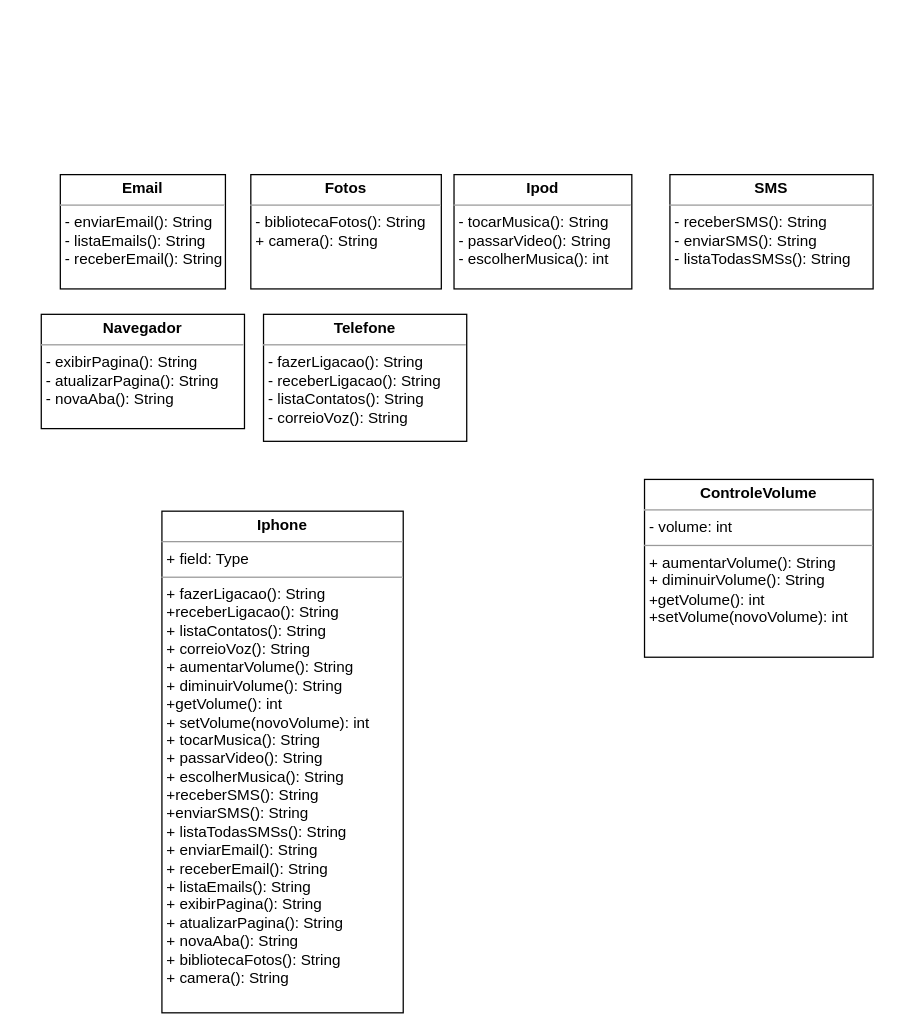
This is Iphone.drawio from WalterRodrigues2k23/DIO-trilha-java-basico, a draw.io file, before an edit. Source tidied: cells renumbered, new cells numbered last; positions are measured from the earlier drawing's top-left corner, leaving out a move shared by most shapes. Both pictures are drawn from the tidied source at 127%, with x=0, y=0 at pixel (41, 174).
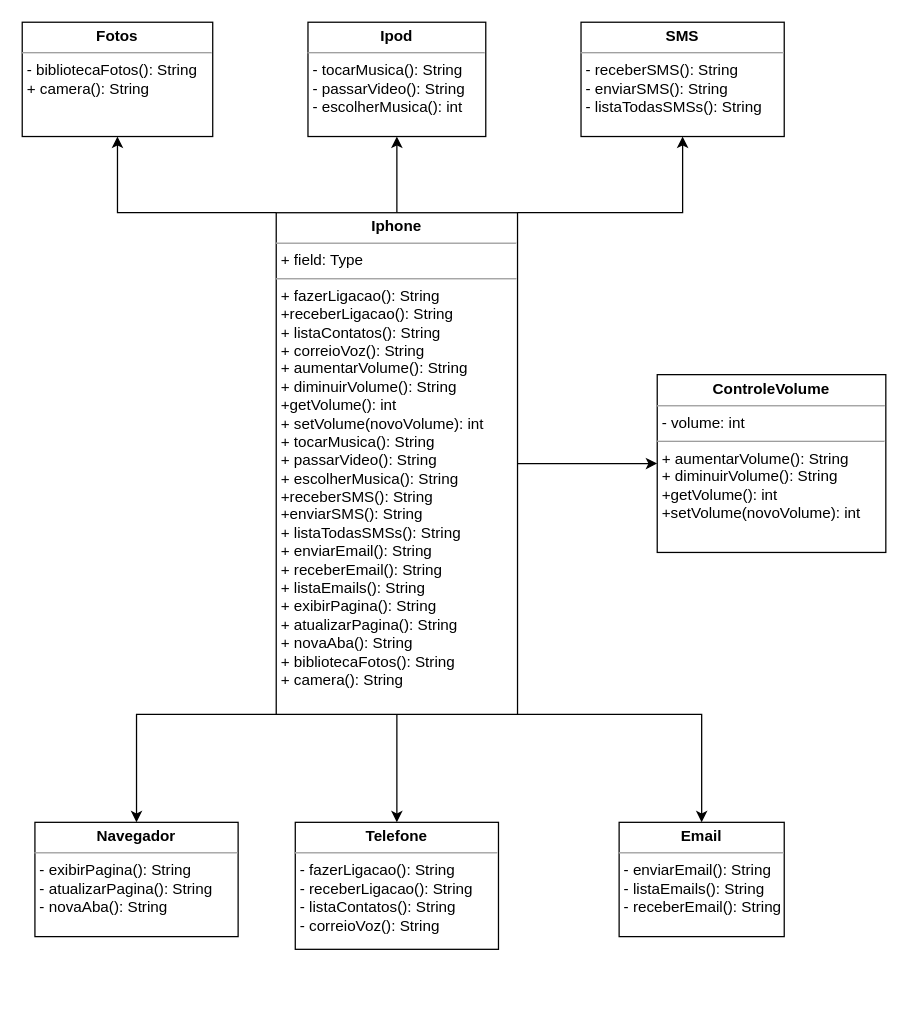
Above is the later version.

What changed in the source:
```diff
@@
     <mxCell id="2" value="&lt;p style=&quot;margin:0px;margin-top:4px;text-align:center;&quot;&gt;&lt;b&gt;Ipod&lt;/b&gt;&lt;/p&gt;&lt;hr size=&quot;1&quot;&gt;&lt;p style=&quot;margin:0px;margin-left:4px;&quot;&gt;&lt;/p&gt;&lt;p style=&quot;margin:0px;margin-left:4px;&quot;&gt;- tocarMusica(): String&lt;/p&gt;&lt;p style=&quot;margin:0px;margin-left:4px;&quot;&gt;- passarVideo(): String&lt;/p&gt;&lt;p style=&quot;margin:0px;margin-left:4px;&quot;&gt;- escolherMusica(): int&lt;/p&gt;" style="verticalAlign=top;align=left;overflow=fill;fontSize=12;fontFamily=Helvetica;html=1;whiteSpace=wrap;" parent="1" vertex="1">
-      <mxGeometry x="325" width="140" height="90" as="geometry" />
+      <mxGeometry x="210" y="-120" width="140" height="90" as="geometry" />
     </mxCell>
     <mxCell id="3" value="&lt;p style=&quot;margin:0px;margin-top:4px;text-align:center;&quot;&gt;&lt;b&gt;ControleVolume&lt;/b&gt;&lt;/p&gt;&lt;hr size=&quot;1&quot;&gt;&lt;p style=&quot;margin:0px;margin-left:4px;&quot;&gt;- volume: int&lt;/p&gt;&lt;hr size=&quot;1&quot;&gt;&lt;p style=&quot;margin:0px;margin-left:4px;&quot;&gt;+ aumentarVolume(): String&lt;/p&gt;&lt;p style=&quot;margin:0px;margin-left:4px;&quot;&gt;+ diminuirVolume(): String&lt;/p&gt;&lt;p style=&quot;margin:0px;margin-left:4px;&quot;&gt;+getVolume(): int&lt;/p&gt;&lt;p style=&quot;margin:0px;margin-left:4px;&quot;&gt;+setVolume(novoVolume): int&lt;/p&gt;" style="verticalAlign=top;align=left;overflow=fill;fontSize=12;fontFamily=Helvetica;html=1;whiteSpace=wrap;" parent="1" vertex="1">
-      <mxGeometry x="475" y="240" width="180" height="140" as="geometry" />
+      <mxGeometry x="485" y="157.5" width="180" height="140" as="geometry" />
     </mxCell>
     <mxCell id="4" value="&lt;p style=&quot;margin:0px;margin-top:4px;text-align:center;&quot;&gt;&lt;b&gt;SMS&lt;/b&gt;&lt;/p&gt;&lt;hr size=&quot;1&quot;&gt;&lt;p style=&quot;margin:0px;margin-left:4px;&quot;&gt;&lt;/p&gt;&lt;p style=&quot;margin:0px;margin-left:4px;&quot;&gt;- receberSMS(): String&lt;/p&gt;&lt;p style=&quot;margin:0px;margin-left:4px;&quot;&gt;- enviarSMS(): String&lt;/p&gt;&lt;p style=&quot;margin:0px;margin-left:4px;&quot;&gt;- listaTodasSMSs(): String&lt;/p&gt;" style="verticalAlign=top;align=left;overflow=fill;fontSize=12;fontFamily=Helvetica;html=1;whiteSpace=wrap;" parent="1" vertex="1">
-      <mxGeometry x="495" width="160" height="90" as="geometry" />
+      <mxGeometry x="425" y="-120" width="160" height="90" as="geometry" />
     </mxCell>
     <mxCell id="5" value="&lt;p style=&quot;margin:0px;margin-top:4px;text-align:center;&quot;&gt;&lt;b&gt;Fotos&lt;/b&gt;&lt;/p&gt;&lt;hr size=&quot;1&quot;&gt;&lt;p style=&quot;margin:0px;margin-left:4px;&quot;&gt;&lt;/p&gt;&lt;p style=&quot;margin:0px;margin-left:4px;&quot;&gt;- bibliotecaFotos(): String&lt;/p&gt;&lt;p style=&quot;margin:0px;margin-left:4px;&quot;&gt;+ camera(): String&lt;/p&gt;" style="verticalAlign=top;align=left;overflow=fill;fontSize=12;fontFamily=Helvetica;html=1;whiteSpace=wrap;" parent="1" vertex="1">
-      <mxGeometry x="165" width="150" height="90" as="geometry" />
+      <mxGeometry x="-15" y="-120" width="150" height="90" as="geometry" />
     </mxCell>
     <mxCell id="6" value="&lt;p style=&quot;margin:0px;margin-top:4px;text-align:center;&quot;&gt;&lt;b&gt;Email&lt;/b&gt;&lt;/p&gt;&lt;hr size=&quot;1&quot;&gt;&lt;p style=&quot;margin:0px;margin-left:4px;&quot;&gt;- enviarEmail(): String&lt;/p&gt;&lt;p style=&quot;margin:0px;margin-left:4px;&quot;&gt;- listaEmails(): String&lt;/p&gt;&lt;p style=&quot;margin:0px;margin-left:4px;&quot;&gt;- receberEmail(): String&lt;/p&gt;" style="verticalAlign=top;align=left;overflow=fill;fontSize=12;fontFamily=Helvetica;html=1;whiteSpace=wrap;" parent="1" vertex="1">
-      <mxGeometry x="15" width="130" height="90" as="geometry" />
+      <mxGeometry x="455" y="510" width="130" height="90" as="geometry" />
     </mxCell>
     <mxCell id="7" value="&lt;p style=&quot;margin:0px;margin-top:4px;text-align:center;&quot;&gt;&lt;b&gt;Navegador&lt;/b&gt;&lt;/p&gt;&lt;hr size=&quot;1&quot;&gt;&lt;p style=&quot;margin:0px;margin-left:4px;&quot;&gt;&lt;/p&gt;&lt;p style=&quot;margin:0px;margin-left:4px;&quot;&gt;- exibirPagina(): String&lt;/p&gt;&lt;p style=&quot;margin:0px;margin-left:4px;&quot;&gt;- atualizarPagina(): String&lt;/p&gt;&lt;p style=&quot;margin:0px;margin-left:4px;&quot;&gt;- novaAba(): String&lt;/p&gt;" style="verticalAlign=top;align=left;overflow=fill;fontSize=12;fontFamily=Helvetica;html=1;whiteSpace=wrap;" parent="1" vertex="1">
-      <mxGeometry y="110" width="160" height="90" as="geometry" />
+      <mxGeometry x="-5" y="510" width="160" height="90" as="geometry" />
     </mxCell>
     <mxCell id="8" value="&lt;p style=&quot;margin:0px;margin-top:4px;text-align:center;&quot;&gt;&lt;b&gt;Telefone&lt;/b&gt;&lt;/p&gt;&lt;hr size=&quot;1&quot;&gt;&lt;p style=&quot;margin:0px;margin-left:4px;&quot;&gt;&lt;/p&gt;&lt;p style=&quot;margin:0px;margin-left:4px;&quot;&gt;- fazerLigacao(): String&lt;/p&gt;&lt;p style=&quot;margin:0px;margin-left:4px;&quot;&gt;- receberLigacao(): String&lt;/p&gt;&lt;p style=&quot;margin:0px;margin-left:4px;&quot;&gt;- listaContatos(): String&lt;/p&gt;&lt;p style=&quot;margin:0px;margin-left:4px;&quot;&gt;- correioVoz(): String&lt;/p&gt;" style="verticalAlign=top;align=left;overflow=fill;fontSize=12;fontFamily=Helvetica;html=1;whiteSpace=wrap;" parent="1" vertex="1">
-      <mxGeometry x="175" y="110" width="160" height="100" as="geometry" />
+      <mxGeometry x="200" y="510" width="160" height="100" as="geometry" />
     </mxCell>
+    <mxCell id="10" style="edgeStyle=orthogonalEdgeStyle;rounded=0;jettySize=auto;html=1;exitX=0.5;exitY=1;exitDx=0;exitDy=0;" parent="1" edge="1" source="9" target="8">
+      <mxGeometry relative="1" as="geometry" />
+    </mxCell>
+    <mxCell id="11" style="edgeStyle=orthogonalEdgeStyle;rounded=0;jettySize=auto;html=1;exitX=0;exitY=1;exitDx=0;exitDy=0;" parent="1" edge="1" source="9" target="7">
+      <mxGeometry relative="1" as="geometry">
+        <Array as="points">
+          <mxPoint x="75" y="425" />
+        </Array>
+      </mxGeometry>
+    </mxCell>
+    <mxCell id="12" style="edgeStyle=orthogonalEdgeStyle;rounded=0;jettySize=auto;html=1;exitX=1;exitY=1;exitDx=0;exitDy=0;entryX=0.5;entryY=0;entryDx=0;entryDy=0;" parent="1" edge="1" source="9" target="6">
+      <mxGeometry relative="1" as="geometry">
+        <Array as="points">
+          <mxPoint x="520" y="425" />
+        </Array>
+      </mxGeometry>
+    </mxCell>
+    <mxCell id="13" style="edgeStyle=orthogonalEdgeStyle;rounded=0;jettySize=auto;html=1;exitX=0.5;exitY=0;exitDx=0;exitDy=0;entryX=0.5;entryY=1;entryDx=0;entryDy=0;" parent="1" edge="1" source="9" target="2">
+      <mxGeometry relative="1" as="geometry" />
+    </mxCell>
+    <mxCell id="14" style="edgeStyle=orthogonalEdgeStyle;rounded=0;jettySize=auto;html=1;exitX=0;exitY=0;exitDx=0;exitDy=0;entryX=0.5;entryY=1;entryDx=0;entryDy=0;" parent="1" edge="1" source="9" target="5">
+      <mxGeometry relative="1" as="geometry">
+        <Array as="points">
+          <mxPoint x="60" y="30" />
+        </Array>
+      </mxGeometry>
+    </mxCell>
+    <mxCell id="15" style="edgeStyle=orthogonalEdgeStyle;rounded=0;jettySize=auto;html=1;exitX=1;exitY=0;exitDx=0;exitDy=0;entryX=0.5;entryY=1;entryDx=0;entryDy=0;" parent="1" edge="1" source="9" target="4">
+      <mxGeometry relative="1" as="geometry">
+        <Array as="points">
+          <mxPoint x="505" y="30" />
+        </Array>
+      </mxGeometry>
+    </mxCell>
+    <mxCell id="16" style="edgeStyle=orthogonalEdgeStyle;rounded=0;jettySize=auto;html=1;exitX=1;exitY=0.5;exitDx=0;exitDy=0;" parent="1" edge="1" source="9" target="3">
+      <mxGeometry relative="1" as="geometry" />
+    </mxCell>
     <mxCell id="9" value="&lt;p style=&quot;margin:0px;margin-top:4px;text-align:center;&quot;&gt;&lt;b&gt;Iphone&lt;/b&gt;&lt;/p&gt;&lt;hr size=&quot;1&quot;&gt;&lt;p style=&quot;margin:0px;margin-left:4px;&quot;&gt;+ field: Type&lt;/p&gt;&lt;hr size=&quot;1&quot;&gt;&lt;p style=&quot;margin:0px;margin-left:4px;&quot;&gt;+ fazerLigacao(): String&lt;/p&gt;&lt;p style=&quot;margin:0px;margin-left:4px;&quot;&gt;+receberLigacao(): String&lt;/p&gt;&lt;p style=&quot;margin:0px;margin-left:4px;&quot;&gt;+ listaContatos(): String&lt;/p&gt;&lt;p style=&quot;margin:0px;margin-left:4px;&quot;&gt;+ correioVoz(): String&lt;/p&gt;&lt;p style=&quot;margin:0px;margin-left:4px;&quot;&gt;+ aumentarVolume(): String&lt;/p&gt;&lt;p style=&quot;margin:0px;margin-left:4px;&quot;&gt;+ diminuirVolume(): String&lt;/p&gt;&lt;p style=&quot;margin:0px;margin-left:4px;&quot;&gt;+getVolume(): int&lt;/p&gt;&lt;p style=&quot;margin:0px;margin-left:4px;&quot;&gt;+ setVolume(novoVolume): int&lt;/p&gt;&lt;p style=&quot;margin:0px;margin-left:4px;&quot;&gt;+ tocarMusica(): String&lt;/p&gt;&lt;p style=&quot;margin:0px;margin-left:4px;&quot;&gt;+ passarVideo(): String&lt;/p&gt;&lt;p style=&quot;margin:0px;margin-left:4px;&quot;&gt;+ escolherMusica(): String&lt;/p&gt;&lt;p style=&quot;margin:0px;margin-left:4px;&quot;&gt;+receberSMS(): String&lt;/p&gt;&lt;p style=&quot;margin:0px;margin-left:4px;&quot;&gt;+enviarSMS(): String&lt;/p&gt;&lt;p style=&quot;margin:0px;margin-left:4px;&quot;&gt;+ listaTodasSMSs(): String&lt;/p&gt;&lt;p style=&quot;margin:0px;margin-left:4px;&quot;&gt;+ enviarEmail(): String&lt;/p&gt;&lt;p style=&quot;margin:0px;margin-left:4px;&quot;&gt;+ receberEmail(): String&lt;/p&gt;&lt;p style=&quot;margin:0px;margin-left:4px;&quot;&gt;+ listaEmails(): String&lt;/p&gt;&lt;p style=&quot;margin:0px;margin-left:4px;&quot;&gt;+ exibirPagina(): String&lt;/p&gt;&lt;p style=&quot;margin:0px;margin-left:4px;&quot;&gt;+ atualizarPagina(): String&lt;/p&gt;&lt;p style=&quot;margin:0px;margin-left:4px;&quot;&gt;+ novaAba(): String&lt;/p&gt;&lt;p style=&quot;margin:0px;margin-left:4px;&quot;&gt;+ bibliotecaFotos(): String&lt;/p&gt;&lt;p style=&quot;margin:0px;margin-left:4px;&quot;&gt;+ camera(): String&lt;/p&gt;&lt;p style=&quot;margin:0px;margin-left:4px;&quot;&gt;&lt;br&gt;&lt;/p&gt;" style="verticalAlign=top;align=left;overflow=fill;fontSize=12;fontFamily=Helvetica;html=1;whiteSpace=wrap;" parent="1" vertex="1">
-      <mxGeometry x="95" y="265" width="190" height="395" as="geometry" />
+      <mxGeometry x="185" y="30" width="190" height="395" as="geometry" />
     </mxCell>
```
